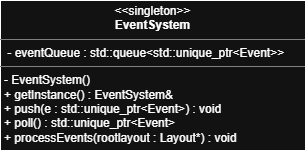
Earlier version of the draw.io export images/Milestone006_UML_EventClass.png (cgreen2048/ArtHuddle). Source tidied: cells renumbered, new cells last; positions are measured from the earlier drawing's top-left corner, leaving out a move shared by most shapes.
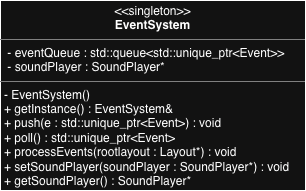
Above is the later version.

Commit message:
updated EventSystem UML

Change to the diagram source:
```diff
@@ -2,8 +2,8 @@
   <root>
     <mxCell id="0" />
     <mxCell id="1" parent="0" />
-    <mxCell id="2" value="&lt;p style=&quot;margin:0px;margin-top:4px;text-align:center;&quot;&gt;&amp;lt;&amp;lt;singleton&amp;gt;&amp;gt;&lt;br&gt;&lt;b&gt;EventSystem&lt;/b&gt;&lt;/p&gt;&lt;hr size=&quot;1&quot; style=&quot;border-style:solid;&quot;&gt;&lt;p style=&quot;margin:0px;margin-left:4px;&quot;&gt;&amp;nbsp;- eventQueue : std::queue&amp;lt;std::unique_ptr&amp;lt;Event&amp;gt;&amp;gt;&lt;/p&gt;&lt;hr size=&quot;1&quot; style=&quot;border-style:solid;&quot;&gt;&lt;p style=&quot;margin:0px;margin-left:4px;&quot;&gt;- EventSystem()&lt;br&gt;+ getInstance() : EventSystem&amp;amp;&lt;br&gt;+ push(e : std::unique_ptr&amp;lt;Event&amp;gt;) : void&lt;br&gt;+ poll() : std::unique_ptr&amp;lt;Event&amp;gt;&lt;br&gt;+ processEvents(rootlayout : Layout*) : void&lt;/p&gt;&lt;p style=&quot;margin:0px;margin-left:4px;&quot;&gt;&lt;br&gt;&lt;/p&gt;" style="verticalAlign=top;align=left;overflow=fill;html=1;whiteSpace=wrap;" parent="1" vertex="1">
-      <mxGeometry width="305" height="150" as="geometry" />
+    <mxCell id="2" value="&lt;p style=&quot;margin:0px;margin-top:4px;text-align:center;&quot;&gt;&amp;lt;&amp;lt;singleton&amp;gt;&amp;gt;&lt;br&gt;&lt;b&gt;EventSystem&lt;/b&gt;&lt;/p&gt;&lt;hr size=&quot;1&quot; style=&quot;border-style:solid;&quot;&gt;&lt;p style=&quot;margin:0px;margin-left:4px;&quot;&gt;&amp;nbsp;- eventQueue : std::queue&amp;lt;std::unique_ptr&amp;lt;Event&amp;gt;&amp;gt;&lt;/p&gt;&lt;p style=&quot;margin:0px;margin-left:4px;&quot;&gt;&amp;nbsp;- soundPlayer :&amp;nbsp;&lt;span style=&quot;background-color: transparent; color: light-dark(rgb(0, 0, 0), rgb(255, 255, 255));&quot;&gt;SoundPlayer*&lt;/span&gt;&lt;span style=&quot;background-color: transparent; color: light-dark(rgb(0, 0, 0), rgb(255, 255, 255));&quot;&gt;&amp;nbsp;&lt;/span&gt;&lt;/p&gt;&lt;hr size=&quot;1&quot; style=&quot;border-style:solid;&quot;&gt;&lt;p style=&quot;margin:0px;margin-left:4px;&quot;&gt;- EventSystem()&lt;br&gt;+ getInstance() : EventSystem&amp;amp;&lt;br&gt;+ push(e : std::unique_ptr&amp;lt;Event&amp;gt;) : void&lt;br&gt;+ poll() : std::unique_ptr&amp;lt;Event&amp;gt;&lt;br&gt;+ processEvents(rootlayout : Layout*) : void&lt;/p&gt;&lt;p style=&quot;margin:0px;margin-left:4px;&quot;&gt;+&amp;nbsp;&lt;span style=&quot;background-color: transparent;&quot;&gt;setSoundPlayer(soundPlayer :&amp;nbsp;&lt;/span&gt;&lt;span style=&quot;background-color: transparent; color: light-dark(rgb(0, 0, 0), rgb(255, 255, 255));&quot;&gt;SoundPlayer*&lt;/span&gt;&lt;span style=&quot;background-color: transparent; color: light-dark(rgb(0, 0, 0), rgb(255, 255, 255));&quot;&gt;) :&amp;nbsp;&lt;/span&gt;&lt;span style=&quot;background-color: transparent; color: light-dark(rgb(0, 0, 0), rgb(255, 255, 255));&quot;&gt;void&lt;/span&gt;&lt;/p&gt;&lt;p style=&quot;margin:0px;margin-left:4px;&quot;&gt;+ getSoundPlayer() :&amp;nbsp;&lt;span style=&quot;background-color: transparent; color: light-dark(rgb(0, 0, 0), rgb(255, 255, 255));&quot;&gt;SoundPlayer*&lt;/span&gt;&lt;/p&gt;" style="verticalAlign=top;align=left;overflow=fill;html=1;whiteSpace=wrap;" parent="1" vertex="1">
+      <mxGeometry width="305" height="190" as="geometry" />
     </mxCell>
   </root>
 </mxGraphModel>
```
